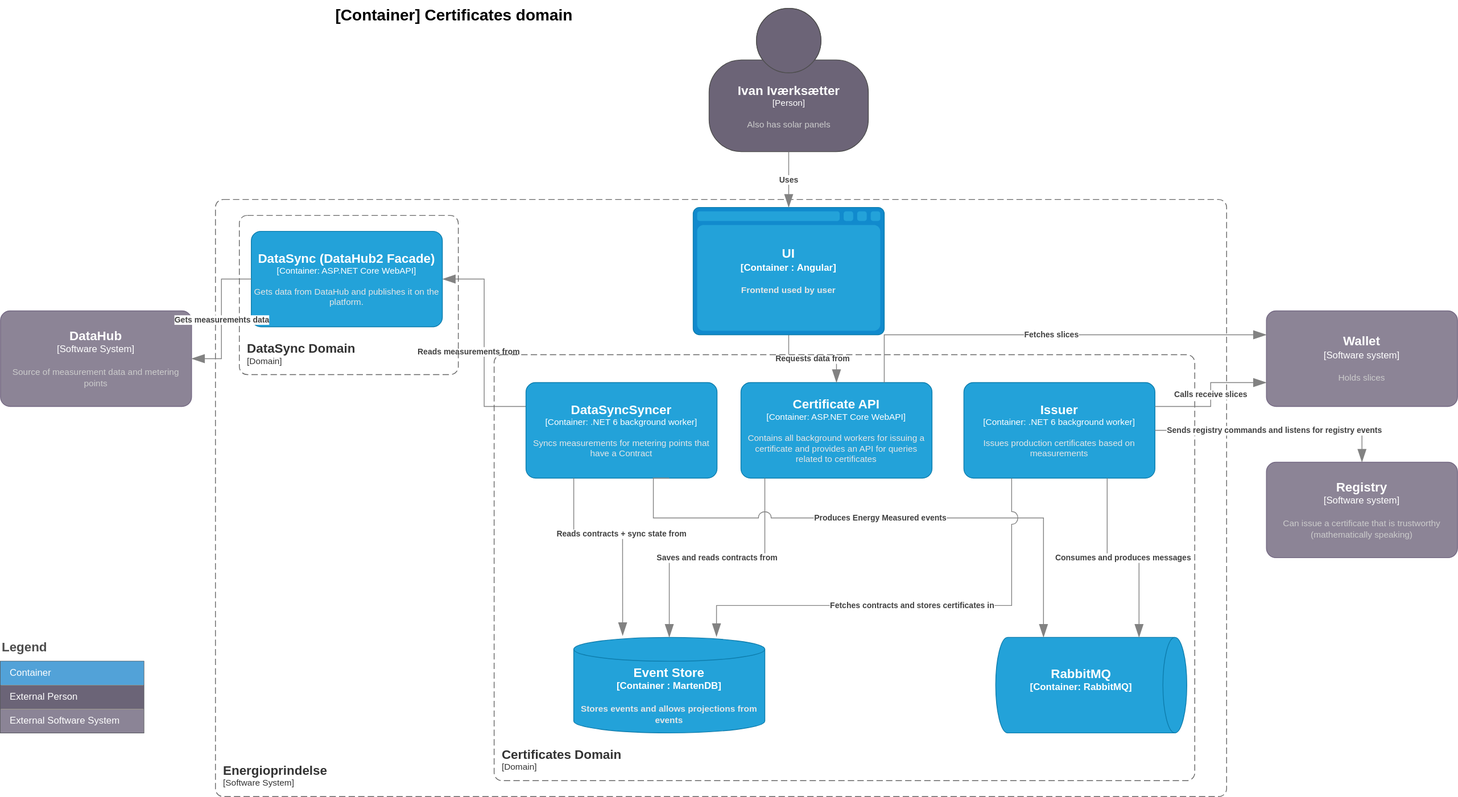
Above: doc/architecture/diagrams/certificates.current.container.drawio.svg in Energinet-DataHub/energy-origin (draw.io), before the change. Source tidied: cells renumbered, new cells last; positions are measured from the earlier drawing's top-left corner, leaving out a move shared by most shapes.
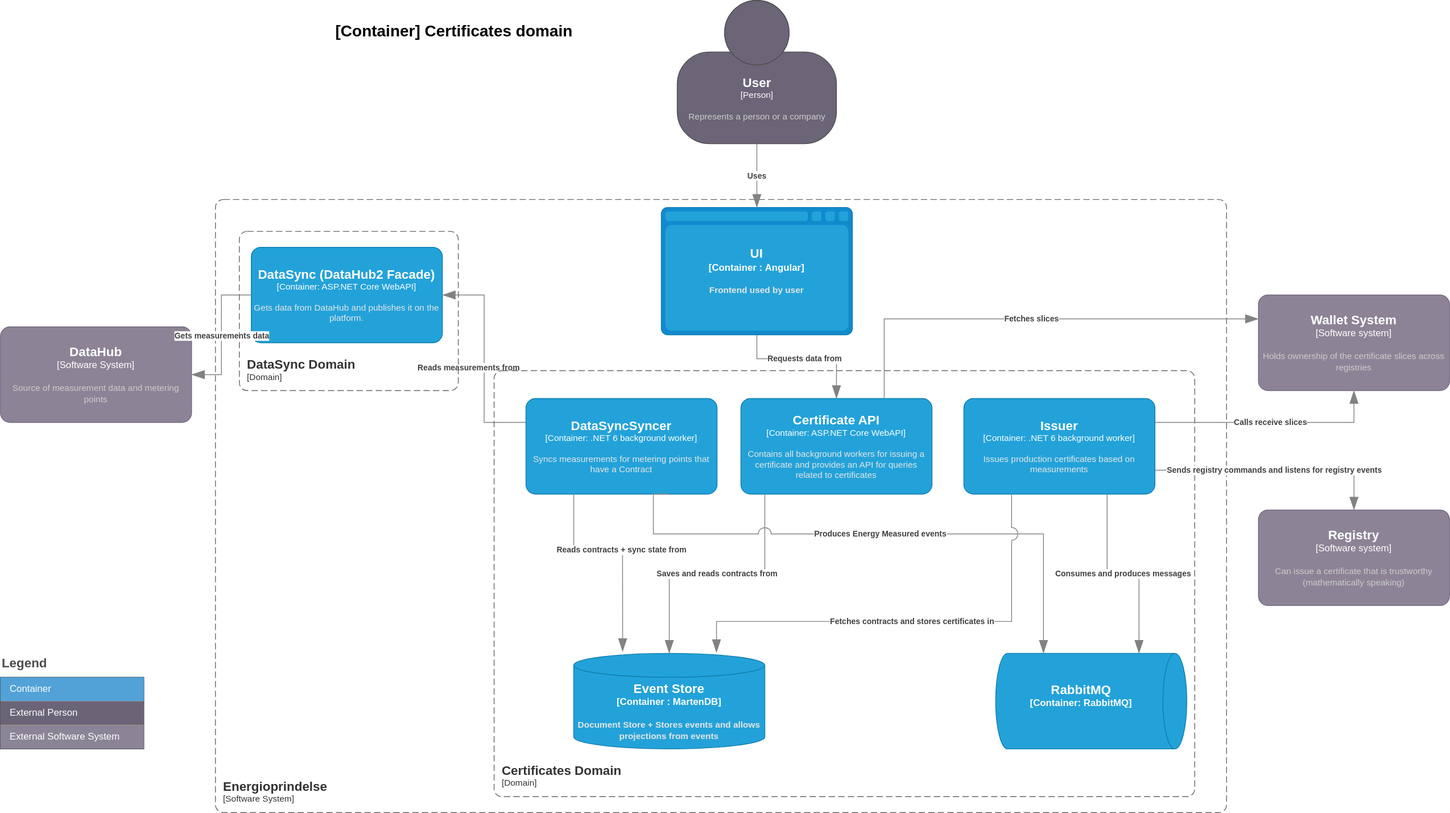
After the change.

What changed in the source:
```diff
@@ -4,7 +4,7 @@
     <mxCell id="1" parent="0" />
     <object id="2" label="&lt;font style=&quot;font-size: 16px&quot;&gt;&lt;b&gt;&lt;div style=&quot;text-align: left&quot;&gt;%c4Name%&lt;/div&gt;&lt;/b&gt;&lt;/font&gt;&lt;div style=&quot;text-align: left&quot;&gt;[%c4Application%]&lt;/div&gt;" c4Application="Software System" c4Name="Energioprindelse" c4Type="SystemScopeBoundary" placeholders="1">
       <mxCell style="rounded=1;fontSize=11;whiteSpace=wrap;html=1;dashed=1;arcSize=20;fillColor=none;strokeColor=#666666;fontColor=#333333;labelBackgroundColor=none;align=left;verticalAlign=bottom;labelBorderColor=none;spacingTop=0;spacing=10;dashPattern=8 4;perimeter=rectanglePerimeter;noLabel=0;labelPadding=0;absoluteArcSize=1;" parent="1" vertex="1">
-        <mxGeometry x="270" y="250" width="1270" height="750" as="geometry" />
+        <mxGeometry x="270" y="230" width="1270" height="770" as="geometry" />
       </mxCell>
     </object>
     <object id="3" label="&lt;font style=&quot;font-size: 16px&quot;&gt;&lt;b&gt;%c4Name%&lt;/b&gt;&lt;/font&gt;&lt;div&gt;[%c4Type%: %c4Technology%]&lt;/div&gt;&lt;br&gt;&lt;div&gt;&lt;font style=&quot;font-size: 11px&quot;&gt;&lt;font color=&quot;#E6E6E6&quot;&gt;%c4Description%&lt;/font&gt;&lt;/div&gt;" c4Description="Contains all background workers for issuing a certificate and provides an API for queries related to certificates" c4Name="Certificate API" c4Technology="ASP.NET Core WebAPI" c4Type="Container" placeholders="1">
@@ -12,7 +12,7 @@
         <mxGeometry x="930" y="480" width="240" height="120" as="geometry" />
       </mxCell>
     </object>
-    <object id="4" label="&lt;font style=&quot;font-size: 16px&quot;&gt;&lt;b&gt;%c4Type%&lt;/font&gt;&lt;div&gt;[%c4Container%:&amp;nbsp;%c4Technology%]&lt;/div&gt;&lt;br&gt;&lt;div&gt;&lt;font style=&quot;font-size: 11px&quot;&gt;&lt;font color=&quot;#E6E6E6&quot;&gt;%c4Description%&lt;/font&gt;&lt;/div&gt;" c4Container="Container " c4Description="Stores events and allows projections from events" c4Technology="MartenDB" c4Type="Event Store" placeholders="1">
+    <object id="4" label="&lt;font style=&quot;font-size: 16px&quot;&gt;&lt;b&gt;%c4Type%&lt;/font&gt;&lt;div&gt;[%c4Container%:&amp;nbsp;%c4Technology%]&lt;/div&gt;&lt;br&gt;&lt;div&gt;&lt;font style=&quot;font-size: 11px&quot;&gt;&lt;font color=&quot;#E6E6E6&quot;&gt;%c4Description%&lt;/font&gt;&lt;/div&gt;" c4Container="Container " c4Description="Document Store + Stores events and allows projections from events" c4Technology="MartenDB" c4Type="Event Store" placeholders="1">
       <mxCell style="shape=cylinder3;size=15;whiteSpace=wrap;html=1;boundedLbl=1;rounded=0;labelBackgroundColor=none;fillColor=#23A2D9;fontSize=12;fontColor=#ffffff;align=center;strokeColor=#0E7DAD;points=[[0.5,0,0],[1,0.25,0],[1,0.5,0],[1,0.75,0],[0.5,1,0],[0,0.75,0],[0,0.5,0],[0,0.25,0]];" parent="1" vertex="1">
         <mxGeometry x="720" y="800" width="240" height="120" as="geometry" />
       </mxCell>
@@ -31,7 +31,12 @@
     </object>
     <object id="7" label="&lt;div style=&quot;text-align: left&quot;&gt;&lt;div style=&quot;text-align: center&quot;&gt;&lt;b&gt;%c4Description%&lt;/b&gt;&lt;/div&gt;" c4Description="Requests data from" c4Type="Relationship" placeholders="1">
       <mxCell style="endArrow=blockThin;html=1;fontSize=10;fontColor=#404040;strokeWidth=1;endFill=1;strokeColor=#828282;elbow=vertical;endSize=14;startSize=14;jumpStyle=arc;jumpSize=16;rounded=0;edgeStyle=orthogonalEdgeStyle;exitX=0.5;exitY=1;exitDx=0;exitDy=0;exitPerimeter=0;" parent="1" edge="1" source="10" target="3">
-        <mxGeometry relative="1" as="geometry" />
+        <mxGeometry relative="1" as="geometry">
+          <Array as="points">
+            <mxPoint x="950" y="430" />
+            <mxPoint x="1050" y="430" />
+          </Array>
+        </mxGeometry>
       </mxCell>
     </object>
     <object id="8" label="&lt;font style=&quot;font-size: 16px&quot;&gt;&lt;b&gt;%c4Name%&lt;/b&gt;&lt;/font&gt;&lt;div&gt;[%c4Type%]&lt;/div&gt;&lt;br&gt;&lt;div&gt;&lt;font style=&quot;font-size: 11px&quot;&gt;&lt;font color=&quot;#cccccc&quot;&gt;%c4Description%&lt;/font&gt;&lt;/div&gt;" c4Description="Source of measurement data and metering points" c4Name="DataHub" c4Type="Software System" placeholders="1">
@@ -39,14 +44,14 @@
         <mxGeometry y="390" width="240" height="120" as="geometry" />
       </mxCell>
     </object>
-    <object id="9" label="&lt;font style=&quot;font-size: 16px&quot;&gt;&lt;b&gt;%c4Name%&lt;/b&gt;&lt;/font&gt;&lt;div&gt;[%c4Type%]&lt;/div&gt;&lt;br&gt;&lt;div&gt;&lt;font style=&quot;font-size: 11px&quot;&gt;&lt;font color=&quot;#cccccc&quot;&gt;%c4Description%&lt;/font&gt;&lt;/div&gt;" c4Description="Also has solar panels" c4Name="Ivan Iværksætter" c4Type="Person" placeholders="1">
+    <object id="9" label="&lt;font style=&quot;font-size: 16px&quot;&gt;&lt;b&gt;%c4Name%&lt;/b&gt;&lt;/font&gt;&lt;div&gt;[%c4Type%]&lt;/div&gt;&lt;br&gt;&lt;div&gt;&lt;font style=&quot;font-size: 11px&quot;&gt;&lt;font color=&quot;#cccccc&quot;&gt;%c4Description%&lt;/font&gt;&lt;/div&gt;" c4Description="Represents a person or a company" c4Name="User" c4Type="Person" placeholders="1">
       <mxCell style="html=1;fontSize=11;dashed=0;whitespace=wrap;fillColor=#6C6477;strokeColor=#4D4D4D;fontColor=#ffffff;shape=mxgraph.c4.person2;align=center;points=[[0.5,0,0],[1,0.5,0],[1,0.75,0],[0.75,1,0],[0.5,1,0],[0.25,1,0],[0,0.75,0],[0,0.5,0]];" parent="1" vertex="1">
-        <mxGeometry x="890" y="10" width="200" height="180" as="geometry" />
+        <mxGeometry x="850" y="-20" width="200" height="180" as="geometry" />
       </mxCell>
     </object>
     <object id="10" label="&lt;font style=&quot;font-size: 16px&quot;&gt;&lt;b&gt;%c4Type%&lt;/font&gt;&lt;div&gt;[%c4Container%:&amp;nbsp;%c4Technology%]&lt;/div&gt;&lt;br&gt;&lt;div&gt;&lt;font style=&quot;font-size: 11px&quot;&gt;&lt;font color=&quot;#E6E6E6&quot;&gt;%c4Description%&lt;/font&gt;&lt;/div&gt;" c4Container="Container " c4Description="Frontend used by user" c4Technology="Angular" c4Type="UI" placeholders="1">
       <mxCell style="shape=mxgraph.c4.webBrowserContainer;whiteSpace=wrap;html=1;boundedLbl=1;rounded=0;labelBackgroundColor=none;fillColor=#118ACD;fontSize=12;fontColor=#ffffff;align=center;strokeColor=#0E7DAD;points=[[0.5,0,0],[1,0.25,0],[1,0.5,0],[1,0.75,0],[0.5,1,0],[0,0.75,0],[0,0.5,0],[0,0.25,0]];" parent="1" vertex="1">
-        <mxGeometry x="870" y="260" width="240" height="160" as="geometry" />
+        <mxGeometry x="830" y="240" width="240" height="160" as="geometry" />
       </mxCell>
     </object>
     <object id="11" label="&lt;font style=&quot;font-size: 20px;&quot;&gt;&lt;b style=&quot;font-size: 20px;&quot;&gt;&lt;div style=&quot;font-size: 20px;&quot;&gt;%c4Name%&lt;/div&gt;&lt;/b&gt;&lt;/font&gt;&lt;div style=&quot;font-size: 20px;&quot;&gt;%c4Description%&lt;/div&gt;" c4Description="" c4Name="[Container] Certificates domain" c4Type="ContainerDiagramTitle" placeholders="1">
@@ -105,13 +110,13 @@
       </mxCell>
     </object>
     <object id="24" label="&lt;div style=&quot;text-align: left&quot;&gt;&lt;div style=&quot;text-align: center&quot;&gt;&lt;b&gt;%c4Description%&lt;/b&gt;&lt;/div&gt;" c4Description="Sends registry commands and listens for registry events" c4Type="Relationship" placeholders="1">
-      <mxCell style="endArrow=blockThin;html=1;fontSize=10;fontColor=#404040;strokeWidth=1;endFill=1;strokeColor=#828282;elbow=vertical;endSize=14;startSize=14;jumpStyle=arc;jumpSize=16;rounded=0;edgeStyle=orthogonalEdgeStyle;entryX=0.5;entryY=0;entryDx=0;entryDy=0;entryPerimeter=0;exitX=1;exitY=0.5;exitDx=0;exitDy=0;exitPerimeter=0;" parent="1" edge="1" source="23" target="25">
+      <mxCell style="endArrow=blockThin;html=1;fontSize=10;fontColor=#404040;strokeWidth=1;endFill=1;strokeColor=#828282;elbow=vertical;endSize=14;startSize=14;jumpStyle=arc;jumpSize=16;rounded=0;edgeStyle=orthogonalEdgeStyle;entryX=0.5;entryY=0;entryDx=0;entryDy=0;entryPerimeter=0;exitX=1;exitY=0.75;exitDx=0;exitDy=0;exitPerimeter=0;" parent="1" edge="1" source="23" target="25">
         <mxGeometry relative="1" as="geometry" />
       </mxCell>
     </object>
     <object id="25" label="&lt;font style=&quot;font-size: 16px&quot;&gt;&lt;b&gt;%c4Name%&lt;/b&gt;&lt;/font&gt;&lt;div&gt;[%c4Type%]&lt;/div&gt;&lt;br&gt;&lt;div&gt;&lt;font style=&quot;font-size: 11px&quot;&gt;&lt;font color=&quot;#cccccc&quot;&gt;%c4Description%&lt;/font&gt;&lt;/div&gt;" c4Description="Can issue a certificate that is trustworthy (mathematically speaking)" c4Name="Registry" c4Type="Software system" placeholders="1">
       <mxCell style="rounded=1;whiteSpace=wrap;html=1;labelBackgroundColor=none;fillColor=#8C8496;fontColor=#ffffff;align=center;arcSize=10;strokeColor=#736782;points=[[0.25,0,0],[0.5,0,0],[0.75,0,0],[1,0.25,0],[1,0.5,0],[1,0.75,0],[0.75,1,0],[0.5,1,0],[0.25,1,0],[0,0.75,0],[0,0.5,0],[0,0.25,0]];" parent="1" vertex="1">
-        <mxGeometry x="1590" y="580" width="240" height="120" as="geometry" />
+        <mxGeometry x="1580" y="620" width="240" height="120" as="geometry" />
       </mxCell>
     </object>
     <object id="26" label="&lt;div style=&quot;text-align: left&quot;&gt;&lt;div style=&quot;text-align: center&quot;&gt;&lt;b&gt;%c4Description%&lt;/b&gt;&lt;/div&gt;" c4Description="Consumes and produces messages" c4Type="Relationship" placeholders="1">
@@ -119,13 +124,13 @@
         <mxGeometry relative="1" as="geometry" />
       </mxCell>
     </object>
-    <object id="27" label="&lt;font style=&quot;font-size: 16px&quot;&gt;&lt;b&gt;%c4Name%&lt;/b&gt;&lt;/font&gt;&lt;div&gt;[%c4Type%]&lt;/div&gt;&lt;br&gt;&lt;div&gt;&lt;font style=&quot;font-size: 11px&quot;&gt;&lt;font color=&quot;#cccccc&quot;&gt;%c4Description%&lt;/font&gt;&lt;/div&gt;" c4Description="Holds slices" c4Name="Wallet" c4Type="Software system" placeholders="1">
+    <object id="27" label="&lt;font style=&quot;font-size: 16px&quot;&gt;&lt;b&gt;%c4Name%&lt;/b&gt;&lt;/font&gt;&lt;div&gt;[%c4Type%]&lt;/div&gt;&lt;br&gt;&lt;div&gt;&lt;font style=&quot;font-size: 11px&quot;&gt;&lt;font color=&quot;#cccccc&quot;&gt;%c4Description%&lt;/font&gt;&lt;/div&gt;" c4Description="Holds ownership of the certificate slices across registries" c4Name="Wallet System" c4Type="Software system" placeholders="1">
       <mxCell style="rounded=1;whiteSpace=wrap;html=1;labelBackgroundColor=none;fillColor=#8C8496;fontColor=#ffffff;align=center;arcSize=10;strokeColor=#736782;points=[[0.25,0,0],[0.5,0,0],[0.75,0,0],[1,0.25,0],[1,0.5,0],[1,0.75,0],[0.75,1,0],[0.5,1,0],[0.25,1,0],[0,0.75,0],[0,0.5,0],[0,0.25,0]];" parent="1" vertex="1">
-        <mxGeometry x="1590" y="390" width="240" height="120" as="geometry" />
+        <mxGeometry x="1580" y="350" width="240" height="120" as="geometry" />
       </mxCell>
     </object>
     <object id="28" label="&lt;div style=&quot;text-align: left&quot;&gt;&lt;div style=&quot;text-align: center&quot;&gt;&lt;b&gt;%c4Description%&lt;/b&gt;&lt;/div&gt;" c4Description="Calls receive slices" c4Type="Relationship" placeholders="1">
-      <mxCell style="endArrow=blockThin;html=1;fontSize=10;fontColor=#404040;strokeWidth=1;endFill=1;strokeColor=#828282;elbow=vertical;endSize=14;startSize=14;jumpStyle=arc;jumpSize=16;rounded=0;edgeStyle=orthogonalEdgeStyle;exitX=1;exitY=0.25;exitDx=0;exitDy=0;exitPerimeter=0;entryX=0;entryY=0.75;entryDx=0;entryDy=0;entryPerimeter=0;" parent="1" edge="1" source="23" target="27">
+      <mxCell style="endArrow=blockThin;html=1;fontSize=10;fontColor=#404040;strokeWidth=1;endFill=1;strokeColor=#828282;elbow=vertical;endSize=14;startSize=14;jumpStyle=arc;jumpSize=16;rounded=0;edgeStyle=orthogonalEdgeStyle;exitX=1;exitY=0.25;exitDx=0;exitDy=0;exitPerimeter=0;entryX=0.5;entryY=1;entryDx=0;entryDy=0;entryPerimeter=0;" parent="1" edge="1" source="23" target="27">
         <mxGeometry relative="1" as="geometry" />
       </mxCell>
     </object>
```
